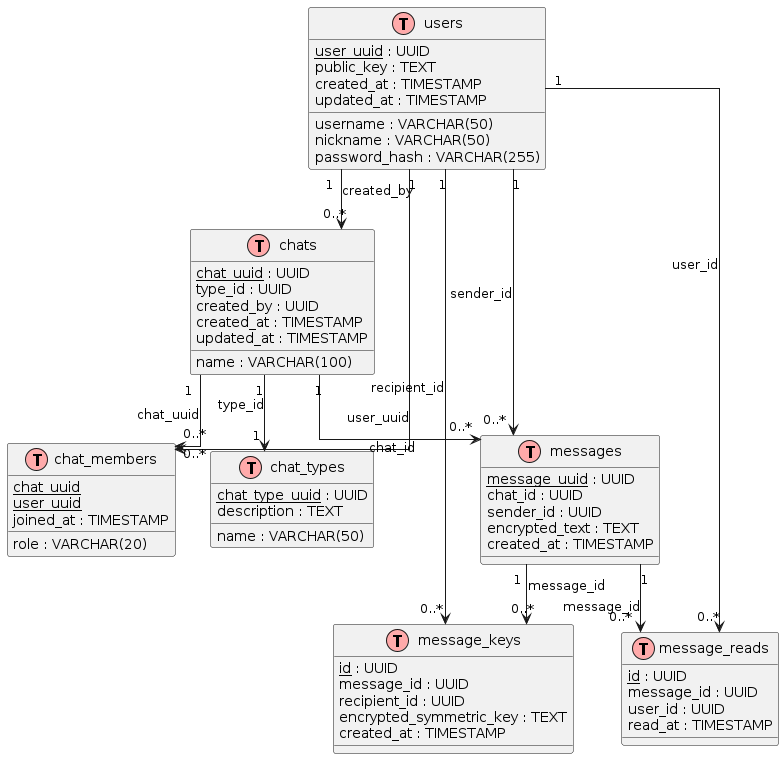
sbilibin2017/bil-message keeps this PlantUML diagram as docs/db.png. Above is the earlier version.
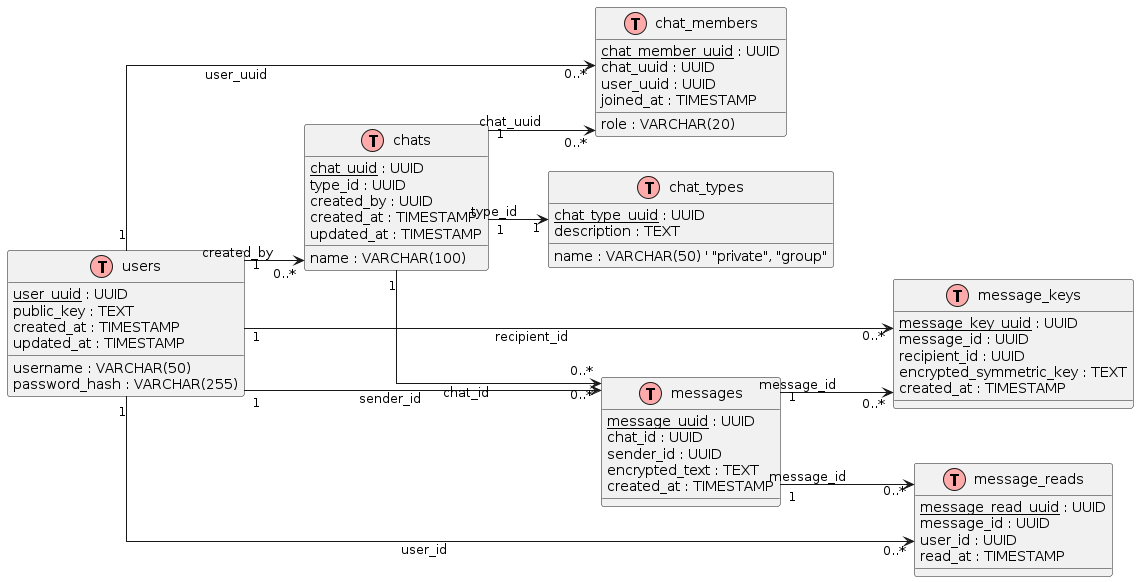
Later version of the same file.

Change to the diagram source:
```diff
@@ -2,11 +2,11 @@
 !define table(x) class x << (T,#FFAAAA) >>
 
 skinparam linetype ortho
+left to right direction
 
 table(users) {
     <u>user_uuid</u> : UUID
     username : VARCHAR(50)
-    nickname : VARCHAR(50)
     password_hash : VARCHAR(255)
     public_key : TEXT
     created_at : TIMESTAMP
@@ -15,7 +15,7 @@
 
 table(chat_types) {
     <u>chat_type_uuid</u> : UUID
-    name : VARCHAR(50)
+    name : VARCHAR(50) ' "private", "group"
     description : TEXT
 }
 
@@ -29,8 +29,9 @@
 }
 
 table(chat_members) {
-    <u>chat_uuid</u>
-    <u>user_uuid</u>
+    <u>chat_member_uuid</u> : UUID
+    chat_uuid : UUID
+    user_uuid : UUID
     role : VARCHAR(20)
     joined_at : TIMESTAMP
 }
@@ -44,7 +45,7 @@
 }
 
 table(message_keys) {
-    <u>id</u> : UUID
+    <u>message_key_uuid</u> : UUID
     message_id : UUID
     recipient_id : UUID
     encrypted_symmetric_key : TEXT
@@ -52,7 +53,7 @@
 }
 
 table(message_reads) {
-    <u>id</u> : UUID
+    <u>message_read_uuid</u> : UUID
     message_id : UUID
     user_id : UUID
     read_at : TIMESTAMP
```
